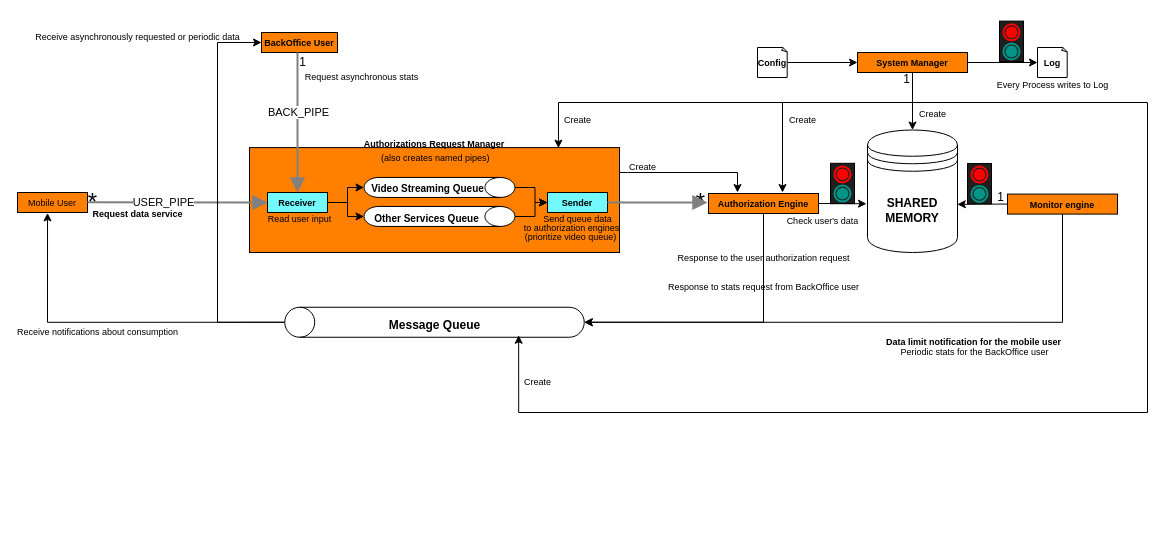
NunoMBatista/SO-Final-Project keeps this draw.io diagram as Diagram.drawio. Above is the earlier version. Source tidied: cells renumbered, new cells numbered last; positions are measured from the earlier drawing's top-left corner, leaving out a move shared by most shapes. Both pictures are drawn from the tidied source at 100%, with x=0, y=0 at pixel (17, 17).
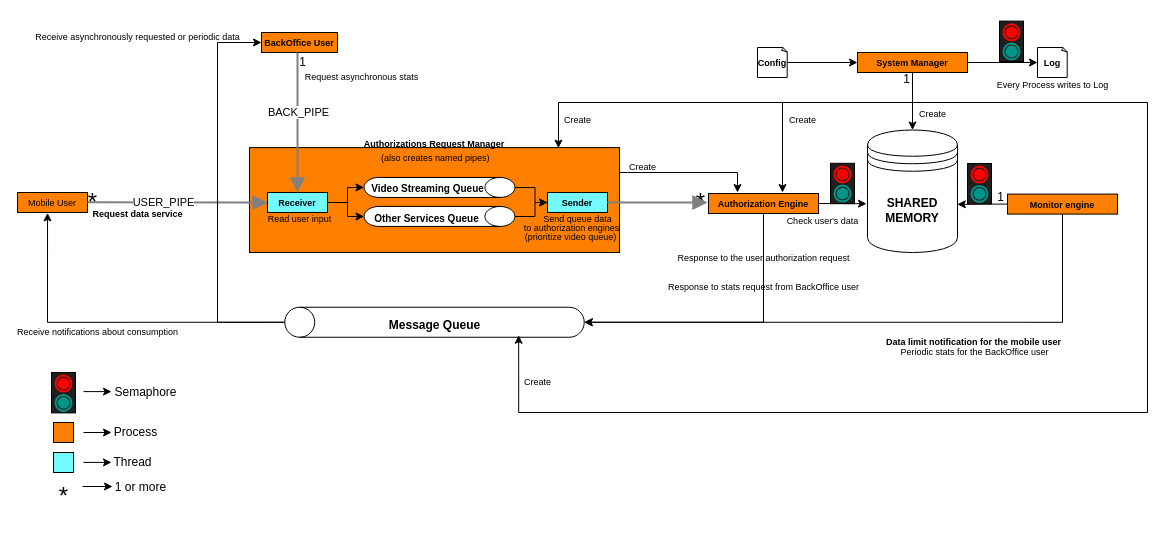
The same diagram, later.

Commit message:
novo diagrama

What changed in the source:
```diff
@@
+    <mxCell id="73" style="whiteSpace=wrap;html=1;fillColor=#73FAFF;" parent="1" vertex="1">
+      <mxGeometry x="36" y="435" width="20" height="20" as="geometry" />
+    </mxCell>
+    <mxCell id="74" style="whiteSpace=wrap;html=1;fillColor=#FF8000;strokeColor=#000000;fontColor=#000000;" parent="1" vertex="1">
+      <mxGeometry x="36" y="405" width="20" height="20" as="geometry" />
+    </mxCell>
+    <mxCell id="75" style="rounded=0;whiteSpace=wrap;html=1;fillColor=#1F1F1F;" parent="1" vertex="1">
+      <mxGeometry x="34" y="355" width="24" height="40.4" as="geometry" />
+    </mxCell>
+    <mxCell id="76" style="dashed=0;labelPosition=right;align=left;shape=mxgraph.gmdl.radiobutton;strokeColor=#009587;fillColor=#009587;strokeWidth=2;sketch=0;html=1;" parent="1" vertex="1">
+      <mxGeometry x="38" y="377.4" width="16" height="16" as="geometry" />
+    </mxCell>
+    <mxCell id="77" style="dashed=0;labelPosition=right;align=left;shape=mxgraph.gmdl.radiobutton;strokeColor=#FF0000;fillColor=#FF0000;strokeWidth=2;sketch=0;html=1;" parent="1" vertex="1">
+      <mxGeometry x="38" y="358.1" width="16" height="16" as="geometry" />
+    </mxCell>
+    <mxCell id="78" style="endArrow=classic;html=1;rounded=0;" parent="1" edge="1">
+      <mxGeometry relative="1" as="geometry">
+        <mxPoint x="66" y="415" as="sourcePoint" />
+        <mxPoint x="94" y="415" as="targetPoint" />
+      </mxGeometry>
+    </mxCell>
+    <mxCell id="79" value="Process" style="text;html=1;align=center;verticalAlign=middle;strokeColor=none;fillColor=none;" parent="1" vertex="1">
+      <mxGeometry x="83" y="400" width="70" height="30" as="geometry" />
+    </mxCell>
+    <mxCell id="80" style="endArrow=classic;html=1;rounded=0;" parent="1" edge="1">
+      <mxGeometry relative="1" as="geometry">
+        <mxPoint x="66" y="444.9" as="sourcePoint" />
+        <mxPoint x="94" y="444.9" as="targetPoint" />
+      </mxGeometry>
+    </mxCell>
+    <mxCell id="81" value="Thread" style="text;html=1;align=center;verticalAlign=middle;strokeColor=none;fillColor=none;" parent="1" vertex="1">
+      <mxGeometry x="85" y="430" width="60" height="30" as="geometry" />
+    </mxCell>
+    <mxCell id="82" style="endArrow=classic;html=1;rounded=0;" parent="1" edge="1">
+      <mxGeometry relative="1" as="geometry">
+        <mxPoint x="66" y="374.1" as="sourcePoint" />
+        <mxPoint x="94" y="374.1" as="targetPoint" />
+      </mxGeometry>
+    </mxCell>
+    <mxCell id="83" value="Semaphore" style="text;html=1;align=center;verticalAlign=middle;strokeColor=none;fillColor=none;" parent="1" vertex="1">
+      <mxGeometry x="83" y="360.2" width="90" height="30" as="geometry" />
+    </mxCell>
+    <mxCell id="84" value="&lt;font style=&quot;font-size: 24px;&quot;&gt;*&lt;/font&gt;" style="text;html=1;align=center;verticalAlign=middle;strokeColor=none;fillColor=none;" parent="1" vertex="1">
+      <mxGeometry x="31" y="459" width="30" height="40" as="geometry" />
+    </mxCell>
+    <mxCell id="85" style="endArrow=classic;html=1;rounded=0;" parent="1" edge="1">
+      <mxGeometry relative="1" as="geometry">
+        <mxPoint x="65" y="469" as="sourcePoint" />
+        <mxPoint x="95" y="469" as="targetPoint" />
+      </mxGeometry>
+    </mxCell>
+    <mxCell id="86" value="1 or more" style="text;html=1;align=center;verticalAlign=middle;strokeColor=none;fillColor=none;" parent="1" vertex="1">
+      <mxGeometry x="88" y="455" width="70" height="30" as="geometry" />
+    </mxCell>
```
